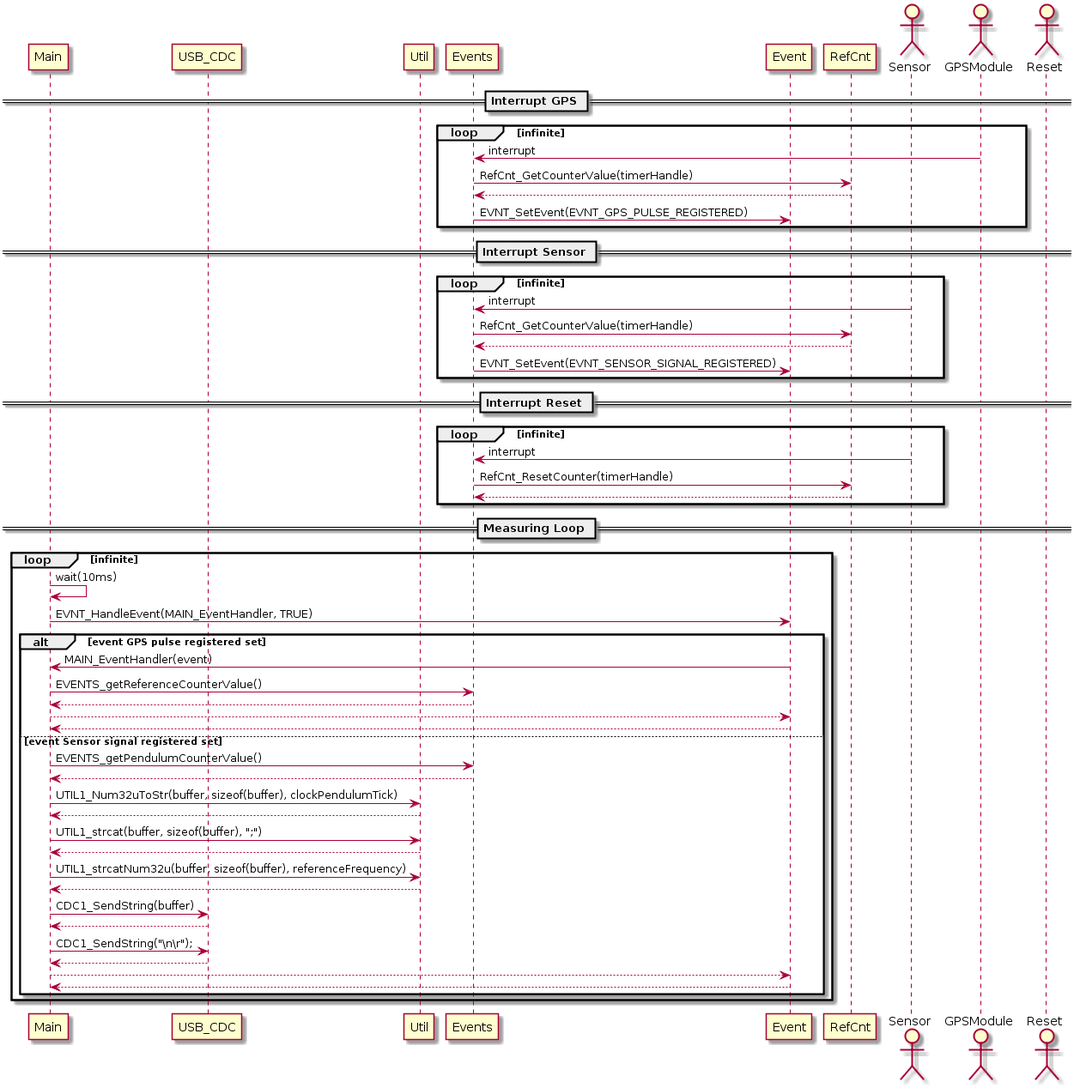
Earlier version of the PlantUML export docs/uml/sequence_hwb.png (gnomengineer/ClockPendelumAnalyzer). Source of this version:
```plantuml
@startuml

participant Main as mai
participant USB_CDC as usb
participant Util as uti
participant Events as evts
participant Event as evt
participant RefCnt as cntr
actor Sensor as sen
actor GPSModule as gps
actor Reset as res

== Interrupt GPS ==
loop infinite
    gps -> evts : interrupt
    evts -> cntr : RefCnt_GetCounterValue(timerHandle)
    evts <-- cntr :
    evts -> evt : EVNT_SetEvent(EVNT_GPS_PULSE_REGISTERED)
end

== Interrupt Sensor ==

loop infinite
    sen -> evts : interrupt
    evts -> cntr : RefCnt_GetCounterValue(timerHandle)
    evts <-- cntr :
    evts -> evt : EVNT_SetEvent(EVNT_SENSOR_SIGNAL_REGISTERED)

end

== Interrupt Reset ==

loop infinite
    sen -> evts : interrupt
    evts -> cntr : RefCnt_ResetCounter(timerHandle)
    evts <-- cntr :

end

== Measuring Loop ==

loop infinite

    mai	-> mai : wait(10ms)
    mai -> evt : EVNT_HandleEvent(MAIN_EventHandler, TRUE)

    alt event GPS pulse registered set

        evt -> mai : MAIN_EventHandler(event)
        mai -> evts : EVENTS_getReferenceCounterValue()
        mai <-- evts :
        evt <-- mai :
        mai <-- evt :

    else event Sensor signal registered set

        mai -> evts : EVENTS_getPendulumCounterValue()
        mai <-- evts :
        mai -> uti : UTIL1_Num32uToStr(buffer, sizeof(buffer), clockPendulumTick)
        mai <-- uti :
        mai -> uti : UTIL1_strcat(buffer, sizeof(buffer), ";")
        mai <-- uti :
        mai -> uti : UTIL1_strcatNum32u(buffer, sizeof(buffer), referenceFrequency)
        mai <-- uti :
        mai -> usb : CDC1_SendString(buffer)
        mai <-- usb :
        mai -> usb : CDC1_SendString("\\n\\r");
        mai <-- usb :
        evt <-- mai :
        mai <-- evt :
    end


end

@enduml
```
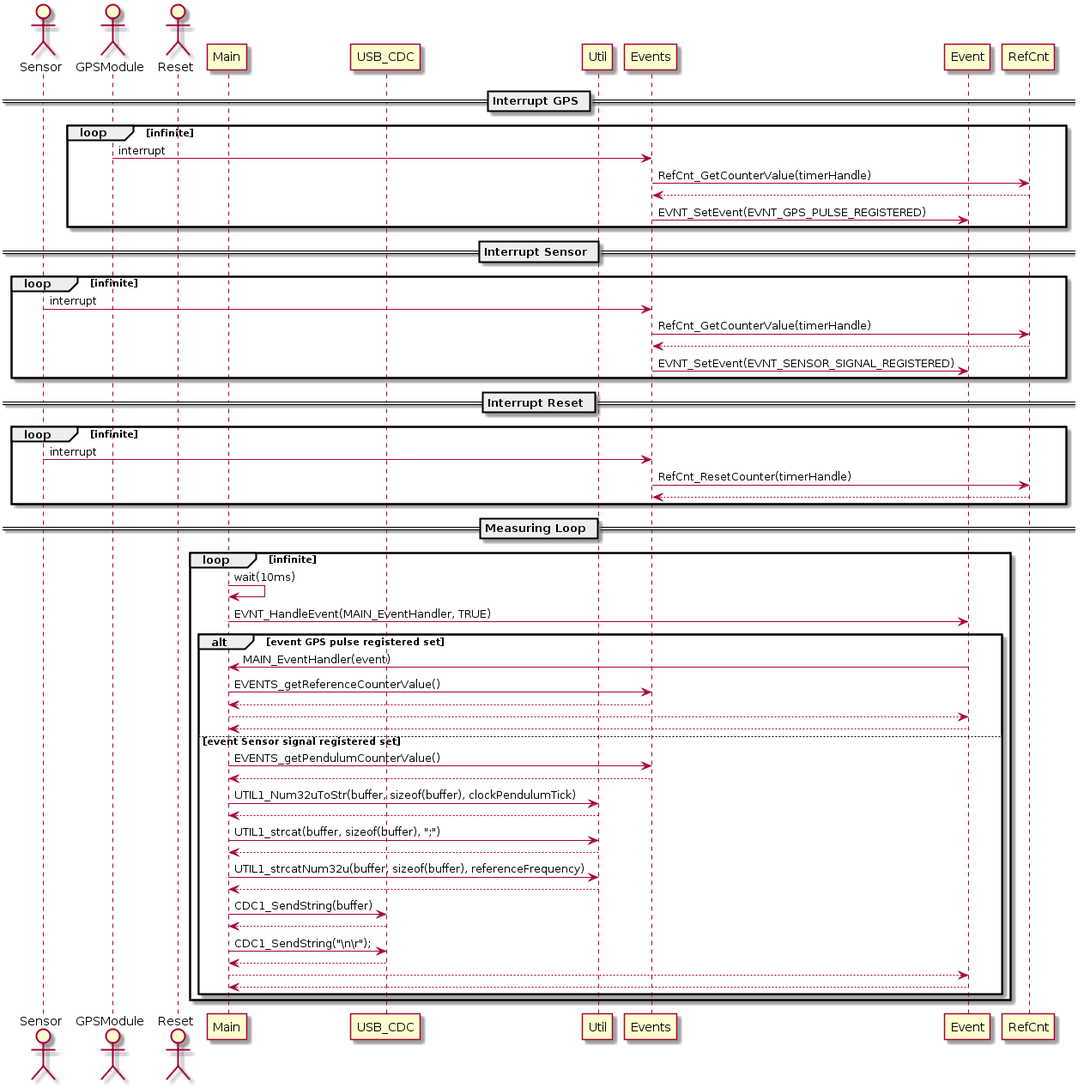
The same file after the commit.

Commit message:
Akteure ganz nach vorne verschoben

What changed in the source:
```diff
@@ -1,14 +1,14 @@
 @startuml
 
+actor Sensor as sen
+actor GPSModule as gps
+actor Reset as res
 participant Main as mai
 participant USB_CDC as usb
 participant Util as uti
 participant Events as evts
 participant Event as evt
 participant RefCnt as cntr
-actor Sensor as sen
-actor GPSModule as gps
-actor Reset as res
 
 == Interrupt GPS ==
 loop infinite
```
